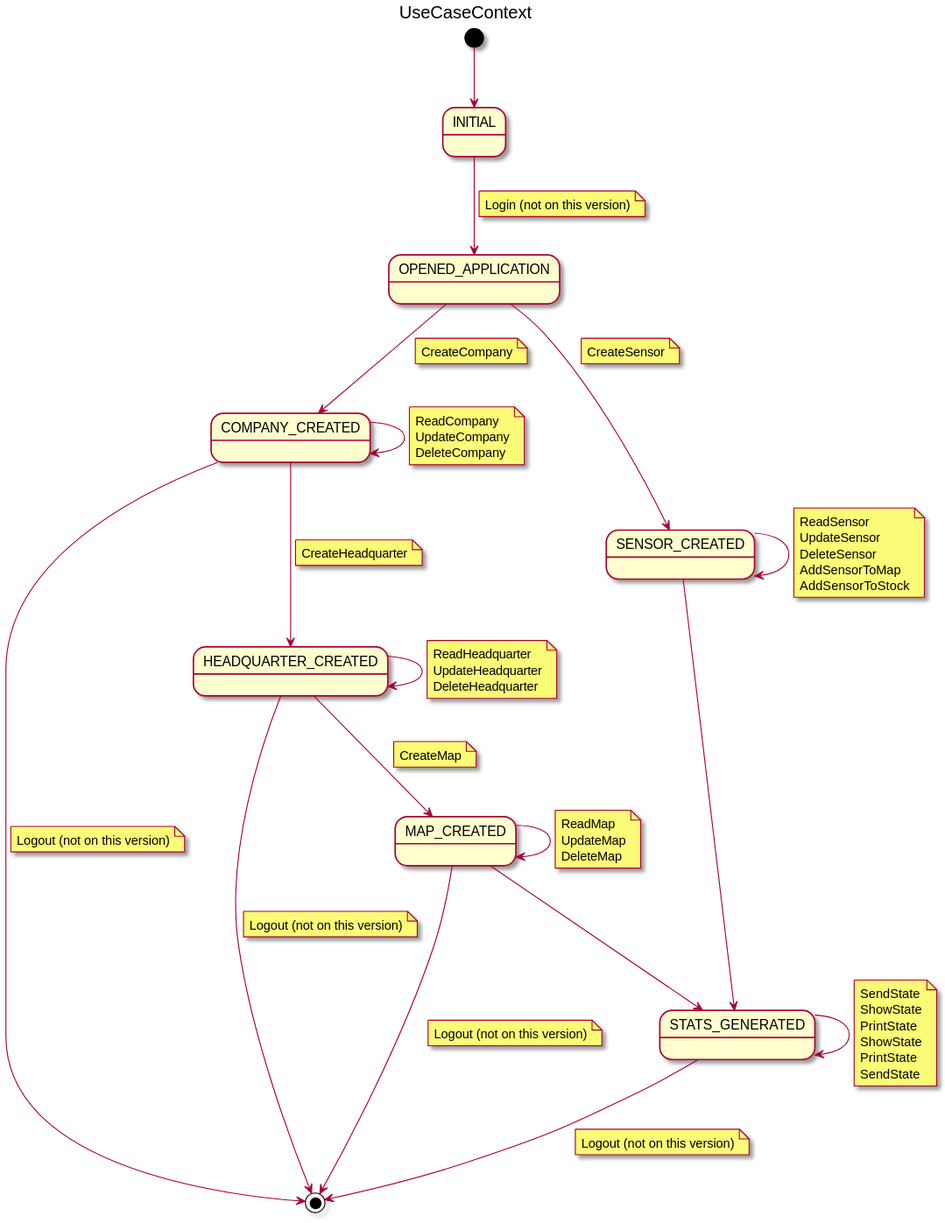
Above: docs/src/useCase/context/useCaseContext.svg in jumpering/pestmonitors (PlantUML), before the change. The source it was exported from:
```plantuml
@startuml
title UseCaseContext

state INITIAL
state OPENED_APPLICATION
state COMPANY_CREATED
state HEADQUARTER_CREATED
state MAP_CREATED
state SENSOR_CREATED
state STATS_GENERATED

[*] --> INITIAL

INITIAL --> OPENED_APPLICATION
note on link
    Login (not on this version)
end note

OPENED_APPLICATION --> COMPANY_CREATED
    note on link
        CreateCompany
    end note
COMPANY_CREATED --> COMPANY_CREATED
note on link
    ReadCompany
    UpdateCompany
    DeleteCompany
end note

COMPANY_CREATED --> HEADQUARTER_CREATED
    note on link
        CreateHeadquarter
    end note

HEADQUARTER_CREATED --> HEADQUARTER_CREATED
    note on link
        ReadHeadquarter
        UpdateHeadquarter
        DeleteHeadquarter
    end note

HEADQUARTER_CREATED --> MAP_CREATED
    note on link
        CreateMap
    end note

MAP_CREATED --> MAP_CREATED
    note on link
        ReadMap
        UpdateMap
        DeleteMap
    end note

MAP_CREATED --> STATS_GENERATED

OPENED_APPLICATION --> SENSOR_CREATED
    note on link
        CreateSensor
    end note

SENSOR_CREATED --> SENSOR_CREATED
    note on link
        ReadSensor
        UpdateSensor
        DeleteSensor
        AddSensorToMap
        AddSensorToStock
    end note

COMPANY_CREATED --> [*]
      note on link
          Logout (not on this version)
      end note

HEADQUARTER_CREATED --> [*]
      note on link
          Logout (not on this version)
      end note

MAP_CREATED --> [*]
      note on link
          Logout (not on this version)
      end note

SENSOR_CREATED --> STATS_GENERATED

STATS_GENERATED --> STATS_GENERATED
    note on link
        SendState
        ShowState
        PrintState
        ShowState
        PrintState
        SendState
    end note

STATS_GENERATED --> [*]
      note on link
          Logout (not on this version)
      end note
@enduml
```
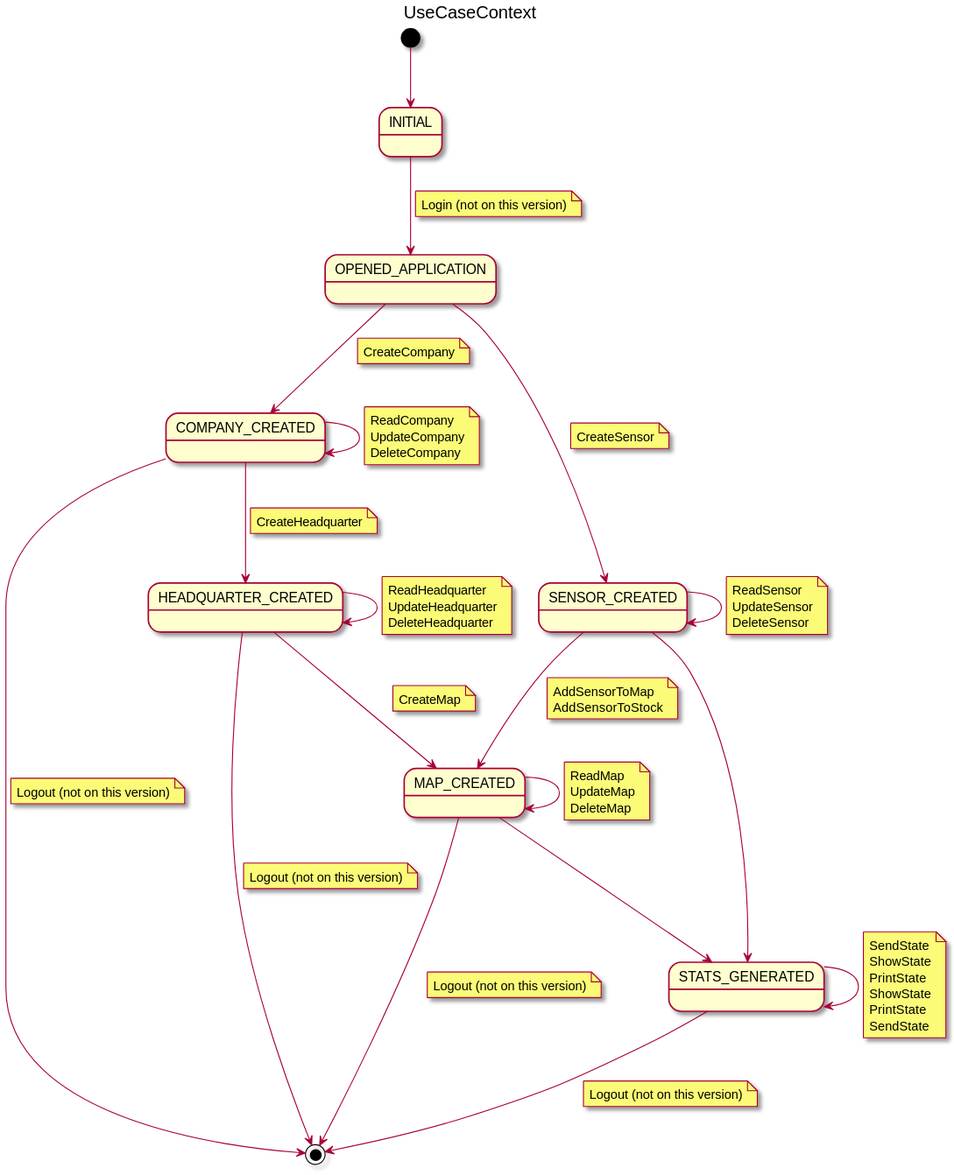
After the change.

Diff of the diagram source:
```diff
@@ -63,8 +63,6 @@
         ReadSensor
         UpdateSensor
         DeleteSensor
-        AddSensorToMap
-        AddSensorToStock
     end note
 
 COMPANY_CREATED --> [*]
@@ -84,6 +82,13 @@
 
 SENSOR_CREATED --> STATS_GENERATED
 
+
+SENSOR_CREATED --> MAP_CREATED
+    note on link
+        AddSensorToMap
+        AddSensorToStock
+    end note
+
 STATS_GENERATED --> STATS_GENERATED
     note on link
         SendState
```
